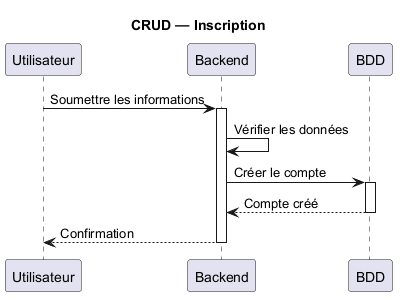
Above: main/exporterDiagrams/sequence/user management/register.png in PublicStaticVoidSassi/projetfindetude (PlantUML), before the change.
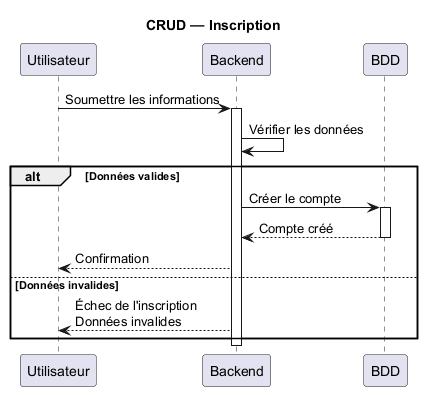
After the commit.

Diff of the diagram source:
```diff
@@ -10,13 +10,18 @@
 
 Backend -> Backend: Vérifier les données
 
-Backend -> BDD: Créer le compte
-activate BDD
+alt Données valides
+    Backend -> BDD: Créer le compte
+    activate BDD
 
-BDD --> Backend: Compte créé
-deactivate BDD
+    BDD --> Backend: Compte créé
+    deactivate BDD
 
-Backend --> Utilisateur: Confirmation
+    Backend --> Utilisateur: Confirmation
+else Données invalides
+    Backend --> Utilisateur: Échec de l'inscription\nDonnées invalides
+end
+
 deactivate Backend
 
 @enduml
```
